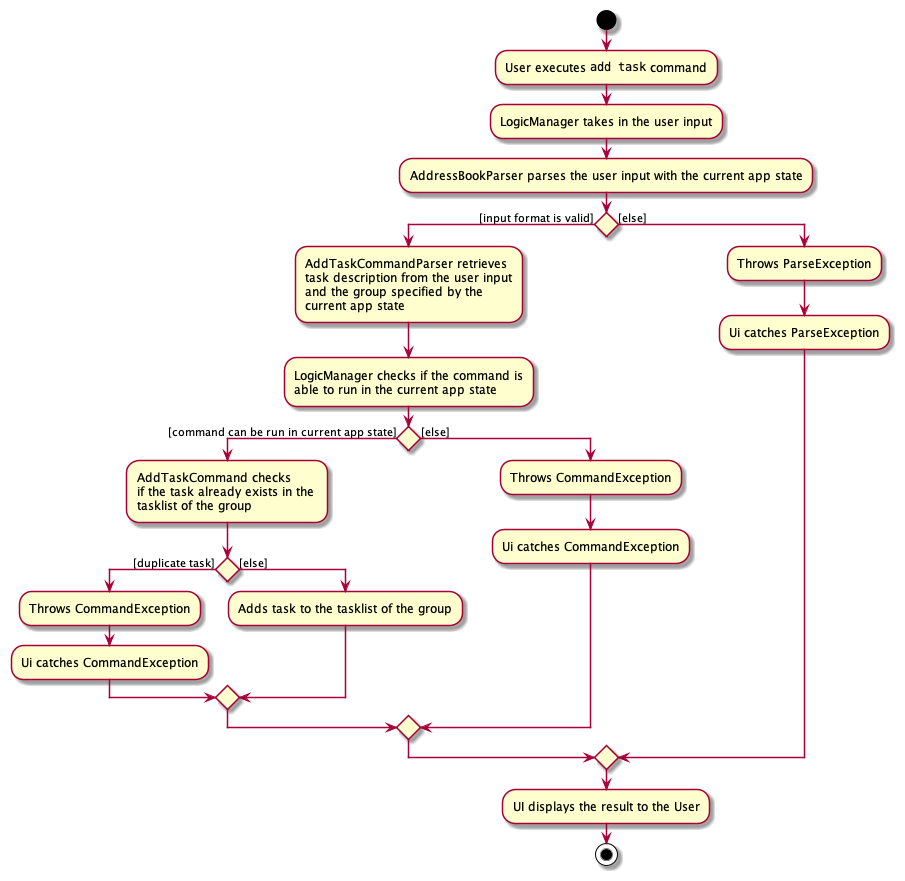
Before: docs/images/AddTaskCommandActivityDiagram.png, a diagram exported from PlantUML (thanwinnikki/tp).
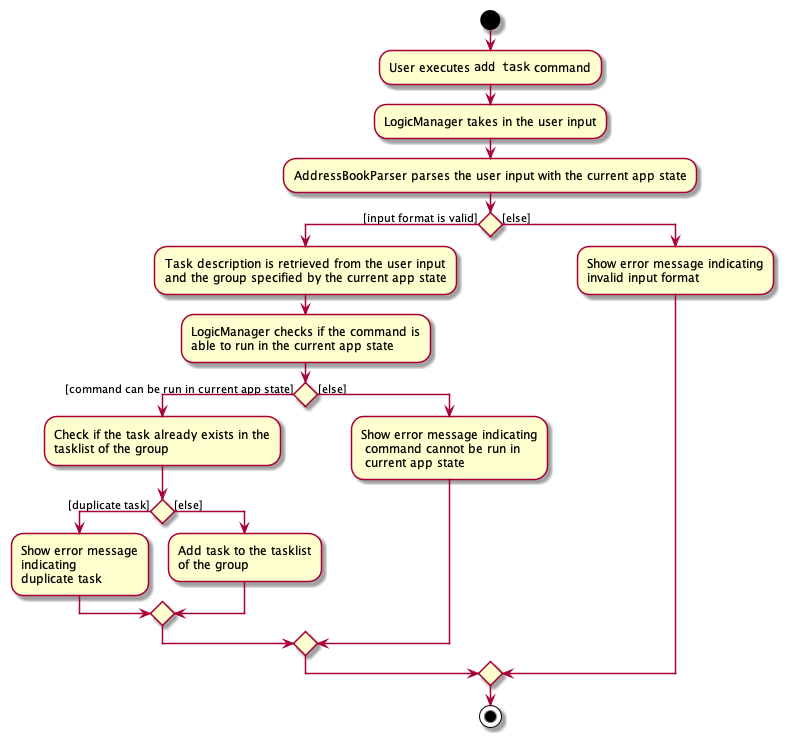
Above is the later version.

Change to the diagram source:
```diff
@@ -8,41 +8,40 @@
 
 
 if () then ([input format is valid])
-    :AddTaskCommandParser retrieves
-    task description from the user input
-    and the group specified by the
-    current app state;
+    :Task description is retrieved from the user input
+    and the group specified by the current app state;
 
     :LogicManager checks if the command is
     able to run in the current app state;
 
     if () then ([command can be run in current app state])
 
-    :AddTaskCommand checks
-    if the task already exists in the
+    :Check if the task already exists in the
     tasklist of the group;
 
     if () then ([duplicate task])
-    :Throws CommandException;
-        :Ui catches CommandException;
+    :Show error message
+    indicating
+    duplicate task;
 
     else ([else])
-    :Adds task to the tasklist of the group;
+    :Add task to the tasklist
+    of the group;
 
     endif
 
     else ([else])
-    :Throws CommandException;
-    :Ui catches CommandException;
+    :Show error message indicating
+     command cannot be run in
+     current app state;
 
     endif
 
 else ([else])
-    :Throws ParseException;
-    :Ui catches ParseException;
+    :Show error message indicating
+    invalid input format;
 
 endif
-:UI displays the result to the User;
 
 stop
 
```
